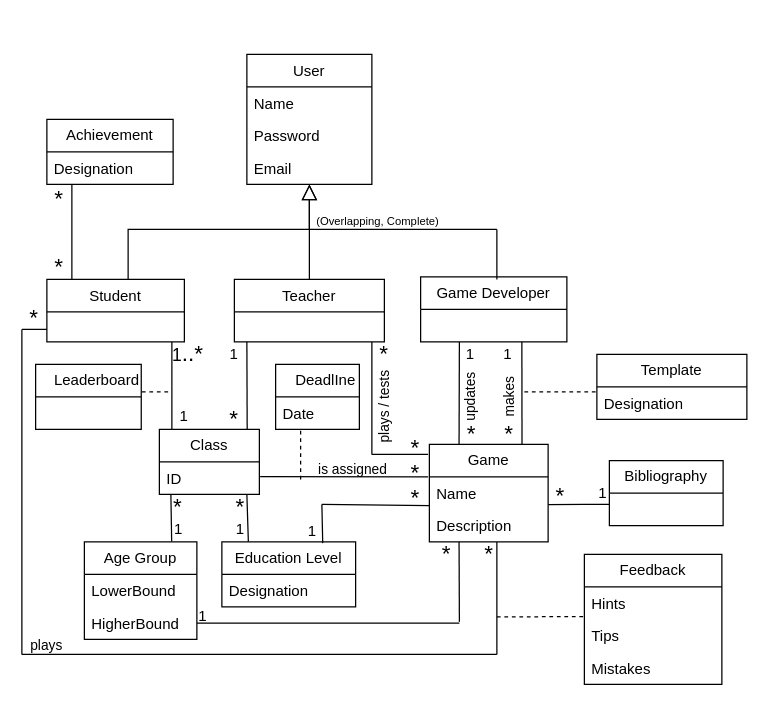
TM-1-3/LearnVironment keeps this draw.io diagram as docs/domainDiagram.drawio. Above is the earlier version. Source tidied: cells renumbered, new cells numbered last; positions are measured from the earlier drawing's top-left corner, leaving out a move shared by most shapes. Both pictures are drawn from the tidied source at 125%, with x=0, y=0 at pixel (21, 54).
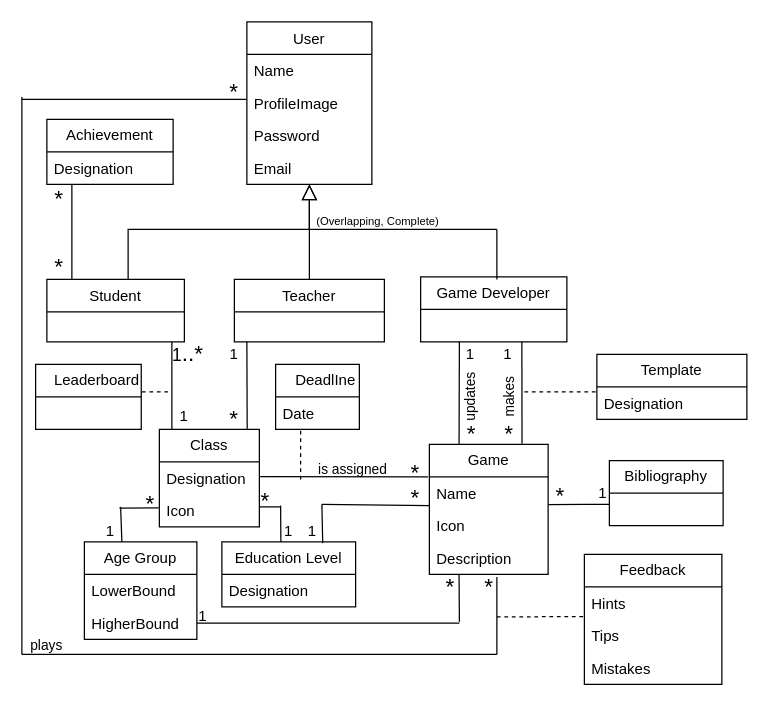
Above is the later version.

Unchanged cells that the change refers to:
```xml
<mxCell id="20" value="Age Group" style="swimlane;fontStyle=0;horizontal=1;startSize=26;fillColor=none;whiteSpace=wrap;html=1;" parent="1" vertex="1">
  <mxGeometry x="50" y="390" width="90" height="78" as="geometry" />
</mxCell>
<mxCell id="24" value="Education Level" style="swimlane;fontStyle=0;horizontal=1;startSize=26;fillColor=none;whiteSpace=wrap;html=1;" parent="1" vertex="1">
  <mxGeometry x="160" y="390" width="107" height="52" as="geometry" />
</mxCell>
```

Diff of the diagram source:
```diff
@@
     <mxCell id="2" value="User" style="swimlane;fontStyle=0;align=center;verticalAlign=top;horizontal=1;startSize=26;rounded=0;shadow=0;strokeWidth=1;" parent="1" vertex="1">
-      <mxGeometry x="180" width="100" height="104" as="geometry" />
+      <mxGeometry x="180" y="-26" width="100" height="130" as="geometry" />
     </mxCell>
@@
+    <mxCell id="89" value="ProfileImage" style="text;strokeColor=none;fillColor=none;align=left;verticalAlign=top;spacingLeft=4;spacingRight=4;overflow=hidden;whiteSpace=wrap;html=1;" parent="2" vertex="1">
+      <mxGeometry y="52" width="100" height="26" as="geometry" />
+    </mxCell>
     <mxCell id="4" value="Password" style="text;strokeColor=none;fillColor=none;align=left;verticalAlign=top;spacingLeft=4;spacingRight=4;overflow=hidden;whiteSpace=wrap;html=1;" parent="2" vertex="1">
-      <mxGeometry y="52" width="100" height="26" as="geometry" />
+      <mxGeometry y="78" width="100" height="26" as="geometry" />
     </mxCell>
     <mxCell id="5" value="Email " style="text;align=left;verticalAlign=top;spacingLeft=4;spacingRight=4;overflow=hidden;rounded=0;shadow=0;html=0;" parent="2" vertex="1">
-      <mxGeometry y="78" width="100" height="26" as="geometry" />
+      <mxGeometry y="104" width="100" height="26" as="geometry" />
     </mxCell>
@@
     <mxCell id="13" value="Class" style="swimlane;fontStyle=0;horizontal=1;startSize=26;fillColor=none;whiteSpace=wrap;html=1;" parent="1" vertex="1">
-      <mxGeometry x="110" y="300" width="80" height="52" as="geometry" />
+      <mxGeometry x="110" y="300" width="80" height="78" as="geometry" />
     </mxCell>
-    <mxCell id="14" value="ID" style="text;strokeColor=none;fillColor=none;align=left;verticalAlign=top;spacingLeft=4;spacingRight=4;overflow=hidden;points=[[0,0.5],[1,0.5]];portConstraint=eastwest;whiteSpace=wrap;html=1;" parent="13" vertex="1">
+    <mxCell id="14" value="Designation" style="text;strokeColor=none;fillColor=none;align=left;verticalAlign=top;spacingLeft=4;spacingRight=4;overflow=hidden;points=[[0,0.5],[1,0.5]];portConstraint=eastwest;whiteSpace=wrap;html=1;" parent="13" vertex="1">
       <mxGeometry y="26" width="80" height="26" as="geometry" />
     </mxCell>
+    <mxCell id="90" value="Icon" style="text;strokeColor=none;fillColor=none;align=left;verticalAlign=top;spacingLeft=4;spacingRight=4;overflow=hidden;points=[[0,0.5],[1,0.5]];portConstraint=eastwest;whiteSpace=wrap;html=1;" parent="13" vertex="1">
+      <mxGeometry y="52" width="80" height="26" as="geometry" />
+    </mxCell>
@@
     <mxCell id="17" value="Game" style="swimlane;fontStyle=0;horizontal=1;startSize=26;fillColor=none;whiteSpace=wrap;html=1;" parent="1" vertex="1">
-      <mxGeometry x="326" y="312" width="95" height="78" as="geometry" />
+      <mxGeometry x="326" y="312" width="95" height="104" as="geometry" />
     </mxCell>
@@
+    <mxCell id="91" value="Icon" style="text;strokeColor=none;fillColor=none;align=left;verticalAlign=top;spacingLeft=4;spacingRight=4;overflow=hidden;whiteSpace=wrap;html=1;" parent="17" vertex="1">
+      <mxGeometry y="52" width="95" height="26" as="geometry" />
+    </mxCell>
     <mxCell id="19" value="Description" style="text;strokeColor=none;fillColor=none;align=left;verticalAlign=top;spacingLeft=4;spacingRight=4;overflow=hidden;whiteSpace=wrap;html=1;" parent="17" vertex="1">
-      <mxGeometry y="52" width="95" height="26" as="geometry" />
+      <mxGeometry y="78" width="95" height="26" as="geometry" />
     </mxCell>
@@
-    <mxCell id="23" style="endArrow=none;html=1;rounded=0;exitX=0.776;exitY=-0.003;exitDx=0;exitDy=0;entryX=0.115;entryY=0.996;entryDx=0;entryDy=0;entryPerimeter=0;exitPerimeter=0;" parent="1" edge="1" source="20" target="14">
-      <mxGeometry relative="1" as="geometry" />
+    <mxCell id="23" style="endArrow=none;html=1;rounded=0;" parent="1" edge="1">
+      <mxGeometry relative="1" as="geometry">
+        <mxPoint x="80" y="390" as="sourcePoint" />
+        <mxPoint x="79" y="362" as="targetPoint" />
+      </mxGeometry>
     </mxCell>
@@
-    <mxCell id="26" style="endArrow=none;html=1;rounded=0;exitX=0.198;exitY=-0.003;exitDx=0;exitDy=0;exitPerimeter=0;" parent="1" edge="1" source="24">
+    <mxCell id="26" style="endArrow=none;html=1;rounded=0;exitX=0.198;exitY=-0.003;exitDx=0;exitDy=0;exitPerimeter=0;" parent="1" edge="1">
       <mxGeometry relative="1" as="geometry">
-        <mxPoint x="180" y="352" as="targetPoint" />
+        <mxPoint x="207.2" y="390" as="sourcePoint" />
+        <mxPoint x="207" y="361" as="targetPoint" />
       </mxGeometry>
     </mxCell>
@@
-    <mxCell id="37" style="endArrow=none;html=1;rounded=0;" parent="1" edge="1">
-      <mxGeometry relative="1" as="geometry">
-        <mxPoint x="280" y="320" as="sourcePoint" />
-        <mxPoint x="280" y="230" as="targetPoint" />
-      </mxGeometry>
-    </mxCell>
-    <mxCell id="38" style="endArrow=none;html=1;rounded=0;" parent="1" edge="1">
-      <mxGeometry relative="1" as="geometry">
-        <mxPoint x="280" y="320" as="sourcePoint" />
-        <mxPoint x="325" y="320" as="targetPoint" />
-      </mxGeometry>
-    </mxCell>
@@
     <mxCell id="41" style="endArrow=none;html=1;rounded=0;" parent="1" edge="1">
       <mxGeometry relative="1" as="geometry">
         <mxPoint y="480" as="sourcePoint" />
-        <mxPoint y="220" as="targetPoint" />
+        <mxPoint y="34" as="targetPoint" />
       </mxGeometry>
     </mxCell>
@@
-    <mxCell id="43" style="endArrow=none;html=1;rounded=0;entryX=0.77;entryY=1.143;entryDx=0;entryDy=0;entryPerimeter=0;" parent="1" edge="1">
+    <mxCell id="43" style="endArrow=none;html=1;rounded=0;" parent="1" edge="1">
       <mxGeometry relative="1" as="geometry">
         <mxPoint x="380" y="480" as="sourcePoint" />
-        <mxPoint x="380" y="390" as="targetPoint" />
+        <mxPoint x="380" y="418" as="targetPoint" />
       </mxGeometry>
     </mxCell>
@@
-    <mxCell id="54" style="endArrow=none;html=1;rounded=0;" parent="1" edge="1">
+    <mxCell id="54" style="endArrow=none;html=1;rounded=0;entryX=0.974;entryY=0.836;entryDx=0;entryDy=0;entryPerimeter=0;" parent="1" edge="1" target="82">
       <mxGeometry relative="1" as="geometry">
-        <mxPoint y="220" as="sourcePoint" />
-        <mxPoint x="20" y="220" as="targetPoint" />
+        <mxPoint y="36" as="sourcePoint" />
       </mxGeometry>
     </mxCell>
@@
-    <mxCell id="64" value="&lt;font style=&quot;font-size: 18px;&quot;&gt;*&lt;/font&gt;" style="text;html=1;align=center;verticalAlign=middle;whiteSpace=wrap;rounded=0;" parent="1" vertex="1">
-      <mxGeometry x="280" y="230" width="20" height="20" as="geometry" />
-    </mxCell>
-    <mxCell id="65" value="&lt;font style=&quot;font-size: 18px;&quot;&gt;*&lt;/font&gt;" style="text;html=1;align=center;verticalAlign=middle;whiteSpace=wrap;rounded=0;" parent="1" vertex="1">
-      <mxGeometry x="300" y="305" width="30" height="20" as="geometry" />
-    </mxCell>
     <mxCell id="66" value="&lt;font style=&quot;font-size: 18px;&quot;&gt;*&lt;/font&gt;" style="text;html=1;align=center;verticalAlign=middle;whiteSpace=wrap;rounded=0;" parent="1" vertex="1">
-      <mxGeometry x="110" y="352" width="30" height="20" as="geometry" />
+      <mxGeometry x="87.5" y="350" width="30" height="20" as="geometry" />
     </mxCell>
     <mxCell id="67" value="&lt;font style=&quot;font-size: 18px;&quot;&gt;*&lt;/font&gt;" style="text;html=1;align=center;verticalAlign=middle;whiteSpace=wrap;rounded=0;" parent="1" vertex="1">
-      <mxGeometry x="160" y="352" width="30" height="20" as="geometry" />
+      <mxGeometry x="180" y="347" width="30" height="20" as="geometry" />
     </mxCell>
     <mxCell id="68" value="1" style="text;html=1;align=center;verticalAlign=middle;whiteSpace=wrap;rounded=0;" parent="1" vertex="1">
-      <mxGeometry x="117.5" y="370" width="15" height="20" as="geometry" />
+      <mxGeometry x="206" y="372" width="15" height="20" as="geometry" />
     </mxCell>
     <mxCell id="69" value="1" style="text;html=1;align=center;verticalAlign=middle;whiteSpace=wrap;rounded=0;" parent="1" vertex="1">
-      <mxGeometry x="170" y="370" width="10" height="20" as="geometry" />
+      <mxGeometry x="65.5" y="372" width="10" height="20" as="geometry" />
     </mxCell>
@@
     <mxCell id="80" value="&lt;font style=&quot;font-size: 18px;&quot;&gt;*&lt;/font&gt;" style="text;html=1;align=center;verticalAlign=middle;whiteSpace=wrap;rounded=0;" parent="1" vertex="1">
-      <mxGeometry x="330" y="390" width="20" height="20" as="geometry" />
+      <mxGeometry x="333" y="416" width="20" height="20" as="geometry" />
     </mxCell>
     <mxCell id="81" value="&lt;font style=&quot;font-size: 18px;&quot;&gt;*&lt;/font&gt;" style="text;html=1;align=center;verticalAlign=middle;whiteSpace=wrap;rounded=0;" parent="1" vertex="1">
-      <mxGeometry x="364" y="388" width="20" height="24" as="geometry" />
+      <mxGeometry x="363.5" y="414" width="20" height="24" as="geometry" />
     </mxCell>
     <mxCell id="82" value="&lt;font style=&quot;font-size: 18px;&quot;&gt;*&lt;/font&gt;" style="text;html=1;align=center;verticalAlign=middle;whiteSpace=wrap;rounded=0;" parent="1" vertex="1">
-      <mxGeometry y="200" width="20" height="22" as="geometry" />
+      <mxGeometry x="160" y="21" width="20" height="18" as="geometry" />
     </mxCell>
@@
-    <mxCell id="84" value="&lt;font style=&quot;font-size: 11px;&quot;&gt;plays / tests&lt;/font&gt;" style="text;html=1;align=center;verticalAlign=middle;whiteSpace=wrap;rounded=0;rotation=-90;" parent="1" vertex="1">
-      <mxGeometry x="255" y="272" width="70" height="20" as="geometry" />
-    </mxCell>
@@
+    <mxCell id="92" style="endArrow=none;html=1;rounded=0;exitX=0.998;exitY=0.386;exitDx=0;exitDy=0;exitPerimeter=0;" parent="1" edge="1" source="90">
+      <mxGeometry relative="1" as="geometry">
+        <mxPoint x="207" y="362" as="targetPoint" />
+      </mxGeometry>
+    </mxCell>
+    <mxCell id="93" style="endArrow=none;html=1;rounded=0;entryX=-0.007;entryY=0.416;entryDx=0;entryDy=0;entryPerimeter=0;" parent="1" edge="1" target="90">
+      <mxGeometry relative="1" as="geometry">
+        <mxPoint x="78" y="363" as="sourcePoint" />
+      </mxGeometry>
+    </mxCell>
```
